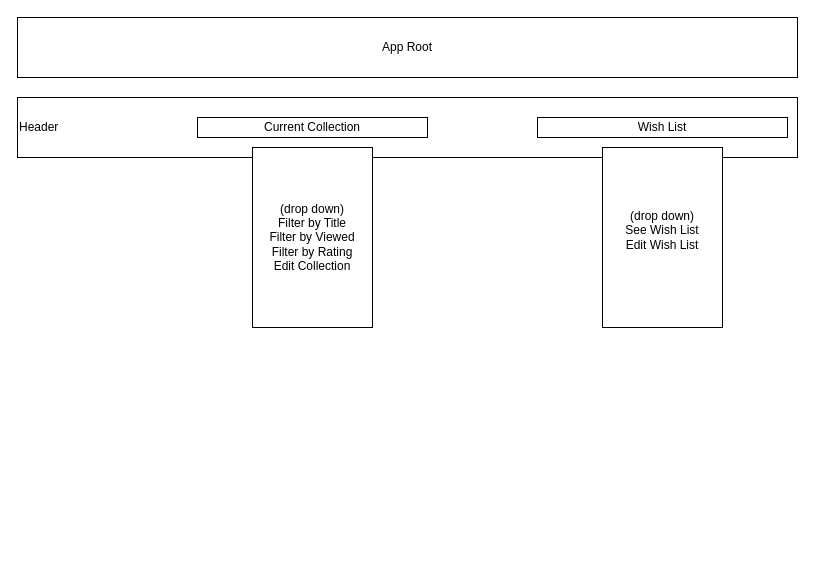
Above: Untitled Diagram.drawio in laneandkent/MovieApp (draw.io), before the change. Source tidied: cells renumbered, new cells numbered last; positions are measured from the earlier drawing's top-left corner, leaving out a move shared by most shapes. Both pictures are drawn from the tidied source at 100%, with x=0, y=0 at pixel (17, 17).
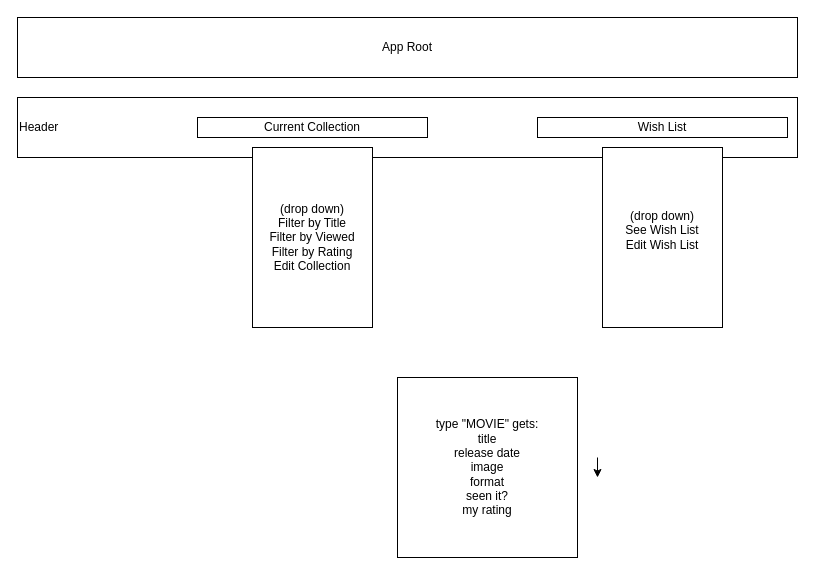
The same page after the edit.

Change to the diagram source:
```diff
@@
 <mxGraphModel>
   <root>
     <mxCell id="0" />
     <mxCell id="1" parent="0" />
     <mxCell id="2" value="App Root" style="rounded=0;whiteSpace=wrap;html=1;" parent="1" vertex="1">
       <mxGeometry width="780" height="60" as="geometry" />
     </mxCell>
     <mxCell id="3" value="&lt;div align=&quot;left&quot;&gt;Header&lt;/div&gt;" style="rounded=0;whiteSpace=wrap;html=1;align=left;" parent="1" vertex="1">
       <mxGeometry y="80" width="780" height="60" as="geometry" />
     </mxCell>
     <mxCell id="4" value="Current Collection" style="rounded=0;whiteSpace=wrap;html=1;" parent="1" vertex="1">
       <mxGeometry x="180" y="100" width="230" height="20" as="geometry" />
     </mxCell>
     <mxCell id="5" value="Wish List" style="rounded=0;whiteSpace=wrap;html=1;" parent="1" vertex="1">
       <mxGeometry x="520" y="100" width="250" height="20" as="geometry" />
     </mxCell>
     <mxCell id="6" value="&lt;div&gt;(drop down)&lt;/div&gt;&lt;div&gt;Filter by Title&lt;/div&gt;&lt;div&gt;Filter by Viewed&lt;/div&gt;&lt;div&gt;Filter by Rating&lt;/div&gt;&lt;div&gt;Edit Collection&lt;br&gt;&lt;/div&gt;" style="rounded=0;whiteSpace=wrap;html=1;" parent="1" vertex="1">
       <mxGeometry x="235" y="130" width="120" height="180" as="geometry" />
     </mxCell>
     <mxCell id="7" value="&lt;div&gt;(drop down)&lt;/div&gt;&lt;div&gt;See Wish List&lt;br&gt;&lt;/div&gt;&lt;div&gt;Edit Wish List&lt;br&gt;&lt;/div&gt;&lt;div&gt;&lt;br&gt;&lt;/div&gt;" style="rounded=0;whiteSpace=wrap;html=1;" parent="1" vertex="1">
       <mxGeometry x="585" y="130" width="120" height="180" as="geometry" />
     </mxCell>
+    <mxCell id="8" style="edgeStyle=orthogonalEdgeStyle;rounded=0;orthogonalLoop=1;jettySize=auto;html=1;" parent="1" edge="1">
+      <mxGeometry relative="1" as="geometry">
+        <mxPoint x="580" y="440" as="sourcePoint" />
+        <mxPoint x="580" y="460" as="targetPoint" />
+      </mxGeometry>
+    </mxCell>
+    <mxCell id="9" value="&lt;div&gt;type &quot;MOVIE&quot; gets:&lt;/div&gt;&lt;div&gt;title&lt;/div&gt;&lt;div&gt;release date&lt;/div&gt;&lt;div&gt;image&lt;/div&gt;&lt;div&gt;format&lt;/div&gt;&lt;div&gt;seen it?&lt;/div&gt;&lt;div&gt;my rating&lt;br&gt;&lt;/div&gt;" style="whiteSpace=wrap;html=1;align=center;" parent="1" vertex="1">
+      <mxGeometry x="380" y="360" width="180" height="180" as="geometry" />
+    </mxCell>
   </root>
 </mxGraphModel>
```
